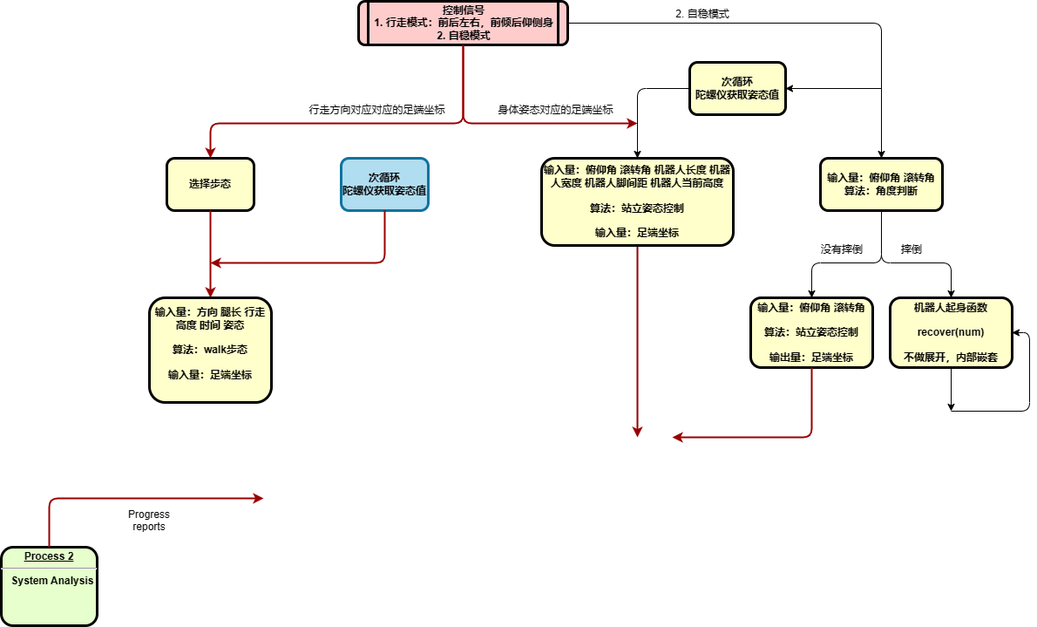
The draw.io diagram 机器人总体流程.drawio.png in KAZAMA-DREAM/picture, before a commit. Source tidied: cells renumbered, new cells last; positions are measured from the earlier drawing's top-left corner, leaving out a move shared by most shapes.
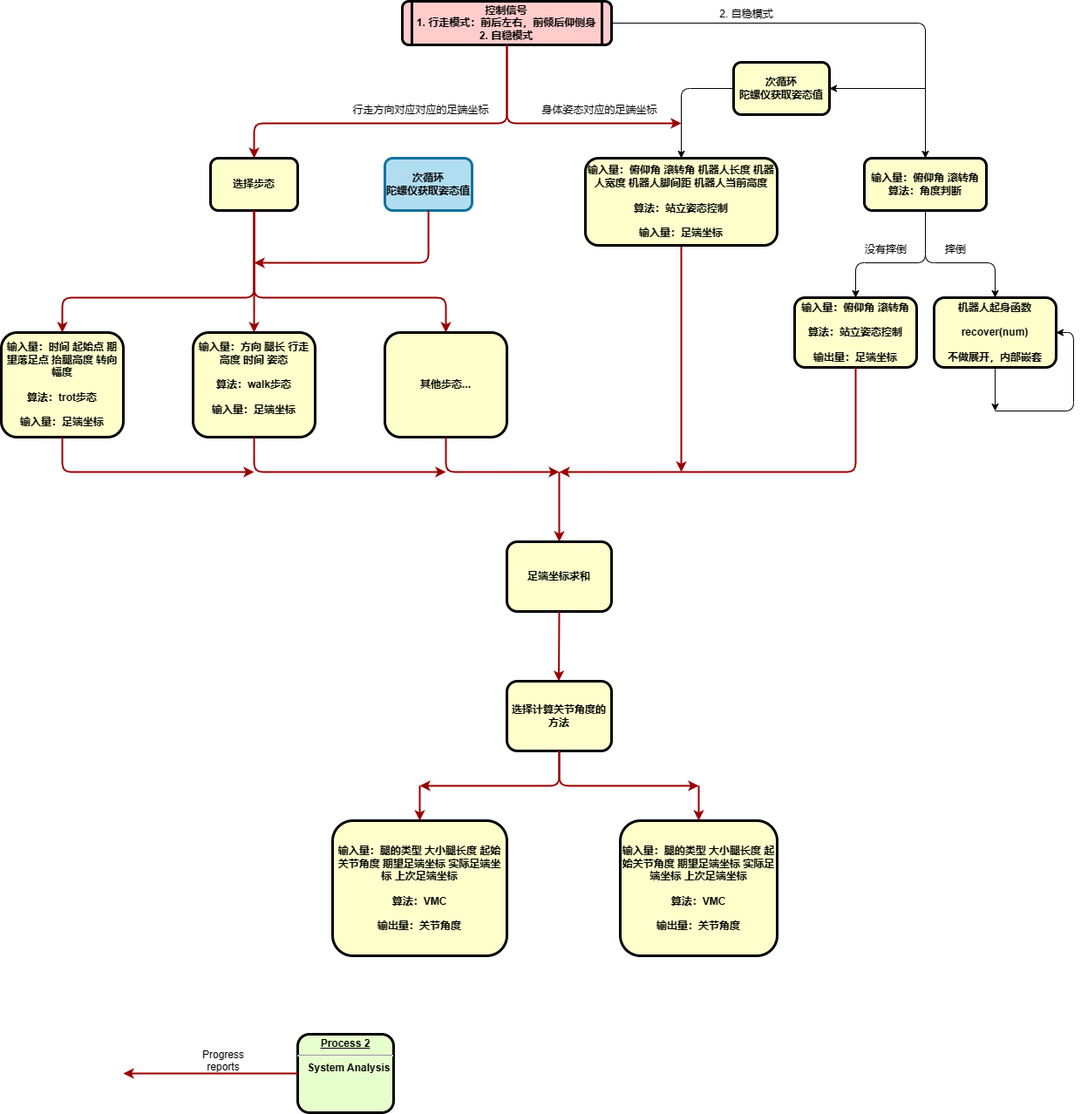
Later version of the same file.

Commit message:
更新机器人总体流程.drawio.png

Change to the diagram source:
```diff
@@ -17,16 +17,17 @@
       <mxGeometry x="410" width="240" height="50" as="geometry" />
     </mxCell>
     <mxCell id="5" value="&lt;p style=&quot;margin: 0px; margin-top: 4px; text-align: center; text-decoration: underline;&quot;&gt;&lt;strong&gt;Process 2&lt;br /&gt;&lt;/strong&gt;&lt;/p&gt;&lt;hr /&gt;&lt;p style=&quot;margin: 0px; margin-left: 8px;&quot;&gt;System Analysis&lt;/p&gt;" style="verticalAlign=middle;align=center;overflow=fill;fontSize=12;fontFamily=Helvetica;html=1;rounded=1;fontStyle=1;strokeWidth=3;fillColor=#E6FFCC;" parent="1" vertex="1">
-      <mxGeometry y="626" width="110" height="90" as="geometry" />
+      <mxGeometry x="290" y="1185" width="110" height="90" as="geometry" />
     </mxCell>
     <mxCell id="6" value="Progress&#10;reports" style="text;spacingTop=-5;align=center;rounded=1;" parent="1" vertex="1">
-      <mxGeometry x="155" y="580" width="30" height="20" as="geometry" />
+      <mxGeometry x="190" y="1200" width="30" height="20" as="geometry" />
     </mxCell>
     <mxCell id="7" style="edgeStyle=elbowEdgeStyle;elbow=horizontal;strokeColor=#990000;strokeWidth=2;rounded=1;" parent="1" edge="1" source="5">
       <mxGeometry relative="1" as="geometry">
-        <mxPoint x="301" y="570" as="targetPoint" />
+        <mxPoint x="90" y="1230" as="targetPoint" />
         <Array as="points">
-          <mxPoint x="55" y="620" />
+          <mxPoint x="205" y="1130" />
+          <mxPoint x="205" y="870" />
         </Array>
       </mxGeometry>
     </mxCell>
@@ -62,7 +63,7 @@
     </mxCell>
     <mxCell id="14" style="edgeStyle=orthogonalEdgeStyle;rounded=1;jettySize=auto;html=1;strokeWidth=2;strokeColor=#990000;" parent="1" edge="1" source="15">
       <mxGeometry relative="1" as="geometry">
-        <mxPoint x="730" y="500" as="targetPoint" />
+        <mxPoint x="730" y="540" as="targetPoint" />
       </mxGeometry>
     </mxCell>
     <mxCell id="15" value="输入量：俯仰角 滚转角 机器人长度 机器人宽度 机器人脚间距 机器人当前高度&#10;&#10;算法：站立姿态控制&#10;&#10;输入量：足端坐标" style="whiteSpace=wrap;align=center;verticalAlign=middle;fontStyle=1;strokeWidth=3;fillColor=#FFFFCC;rounded=1;" parent="1" vertex="1">
@@ -104,10 +105,10 @@
     </mxCell>
     <mxCell id="23" style="edgeStyle=orthogonalEdgeStyle;rounded=1;jettySize=auto;html=1;strokeWidth=2;strokeColor=#990000;exitX=0.5;exitY=1;exitDx=0;exitDy=0;" parent="1" edge="1" source="19">
       <mxGeometry relative="1" as="geometry">
-        <mxPoint x="770" y="500" as="targetPoint" />
+        <mxPoint x="590" y="540" as="targetPoint" />
         <Array as="points">
-          <mxPoint x="930" y="500" />
-          <mxPoint x="880" y="500" />
+          <mxPoint x="930" y="540" />
+          <mxPoint x="770" y="540" />
         </Array>
       </mxGeometry>
     </mxCell>
@@ -132,7 +133,12 @@
       <mxGeometry x="390" y="180" width="100" height="60" as="geometry" />
     </mxCell>
     <mxCell id="29" style="edgeStyle=orthogonalEdgeStyle;rounded=1;jettySize=auto;html=1;strokeColor=#990000;strokeWidth=2;exitX=0.5;exitY=1;exitDx=0;exitDy=0;entryX=0.5;entryY=0;entryDx=0;entryDy=0;" parent="1" edge="1" source="27" target="31">
-      <mxGeometry relative="1" as="geometry" />
+      <mxGeometry relative="1" as="geometry">
+        <Array as="points">
+          <mxPoint x="240" y="340" />
+          <mxPoint x="240" y="340" />
+        </Array>
+      </mxGeometry>
     </mxCell>
     <mxCell id="30" style="edgeStyle=orthogonalEdgeStyle;rounded=1;jettySize=auto;html=1;strokeColor=#990000;strokeWidth=2;exitX=0.5;exitY=1;exitDx=0;exitDy=0;" parent="1" edge="1" source="28">
       <mxGeometry relative="1" as="geometry">
@@ -143,7 +149,116 @@
       </mxGeometry>
     </mxCell>
     <mxCell id="31" value="输入量：方向 腿长 行走高度 时间 姿态&#10;&#10;算法：walk步态&#10;&#10;输入量：足端坐标&#10;" style="whiteSpace=wrap;align=center;verticalAlign=middle;fontStyle=1;strokeWidth=3;fillColor=#FFFFCC;rounded=1;" parent="1" vertex="1">
-      <mxGeometry x="170" y="340" width="140" height="120" as="geometry" />
+      <mxGeometry x="170" y="380" width="140" height="120" as="geometry" />
     </mxCell>
+    <mxCell id="32" style="edgeStyle=orthogonalEdgeStyle;rounded=1;jettySize=auto;html=1;strokeColor=#990000;strokeWidth=2;exitX=0.5;exitY=1;exitDx=0;exitDy=0;entryX=0.5;entryY=0;entryDx=0;entryDy=0;" parent="1" edge="1" source="27" target="34">
+      <mxGeometry relative="1" as="geometry">
+        <Array as="points">
+          <mxPoint x="240" y="340" />
+          <mxPoint x="460" y="340" />
+        </Array>
+      </mxGeometry>
+    </mxCell>
+    <mxCell id="33" style="edgeStyle=orthogonalEdgeStyle;rounded=1;jettySize=auto;html=1;strokeColor=#990000;strokeWidth=2;exitX=0.5;exitY=1;exitDx=0;exitDy=0;entryX=0.5;entryY=0;entryDx=0;entryDy=0;" parent="1" edge="1" source="27" target="35">
+      <mxGeometry relative="1" as="geometry">
+        <Array as="points">
+          <mxPoint x="240" y="340" />
+          <mxPoint x="20" y="340" />
+        </Array>
+      </mxGeometry>
+    </mxCell>
+    <mxCell id="34" value="其他步态..." style="whiteSpace=wrap;align=center;verticalAlign=middle;fontStyle=1;strokeWidth=3;fillColor=#FFFFCC;rounded=1;" parent="1" vertex="1">
+      <mxGeometry x="390" y="380" width="140" height="120" as="geometry" />
+    </mxCell>
+    <mxCell id="35" value="输入量：时间 起始点 期望落足点 抬腿高度 转向幅度&#10;&#10;算法：trot步态&#10;&#10;输入量：足端坐标" style="whiteSpace=wrap;align=center;verticalAlign=middle;fontStyle=1;strokeWidth=3;fillColor=#FFFFCC;rounded=1;" parent="1" vertex="1">
+      <mxGeometry x="-50" y="380" width="140" height="120" as="geometry" />
+    </mxCell>
+    <mxCell id="36" style="edgeStyle=elbowEdgeStyle;elbow=horizontal;strokeColor=#990000;strokeWidth=2;rounded=1;exitX=0.5;exitY=1;exitDx=0;exitDy=0;" parent="1" edge="1" source="34">
+      <mxGeometry relative="1" as="geometry">
+        <mxPoint x="590" y="540" as="targetPoint" />
+        <Array as="points">
+          <mxPoint x="460" y="730" />
+        </Array>
+      </mxGeometry>
+    </mxCell>
+    <mxCell id="37" style="edgeStyle=elbowEdgeStyle;elbow=horizontal;strokeColor=#990000;strokeWidth=2;rounded=1;exitX=0.5;exitY=1;exitDx=0;exitDy=0;" parent="1" edge="1" source="31">
+      <mxGeometry relative="1" as="geometry">
+        <mxPoint x="460" y="540" as="targetPoint" />
+        <Array as="points">
+          <mxPoint x="240" y="770" />
+        </Array>
+      </mxGeometry>
+    </mxCell>
+    <mxCell id="38" style="edgeStyle=elbowEdgeStyle;elbow=horizontal;strokeColor=#990000;strokeWidth=2;rounded=1;exitX=0.5;exitY=1;exitDx=0;exitDy=0;" parent="1" edge="1" source="35">
+      <mxGeometry relative="1" as="geometry">
+        <mxPoint x="240" y="540" as="targetPoint" />
+        <Array as="points">
+          <mxPoint x="20" y="750" />
+        </Array>
+      </mxGeometry>
+    </mxCell>
+    <mxCell id="39" style="edgeStyle=elbowEdgeStyle;elbow=horizontal;strokeColor=#990000;strokeWidth=2;rounded=1;entryX=0.5;entryY=0;entryDx=0;entryDy=0;" parent="1" edge="1" target="40">
+      <mxGeometry relative="1" as="geometry">
+        <mxPoint x="590" y="540" as="sourcePoint" />
+        <Array as="points">
+          <mxPoint x="590" y="600" />
+        </Array>
+      </mxGeometry>
+    </mxCell>
+    <mxCell id="40" value="足端坐标求和" style="whiteSpace=wrap;align=center;verticalAlign=middle;fontStyle=1;strokeWidth=3;fillColor=#FFFFCC;rounded=1;" parent="1" vertex="1">
+      <mxGeometry x="530" y="620" width="120" height="80" as="geometry" />
+    </mxCell>
+    <mxCell id="41" style="edgeStyle=elbowEdgeStyle;elbow=horizontal;strokeColor=#990000;strokeWidth=2;rounded=1;exitX=0.5;exitY=1;exitDx=0;exitDy=0;entryX=0.5;entryY=0;entryDx=0;entryDy=0;" parent="1" edge="1" source="40" target="42">
+      <mxGeometry relative="1" as="geometry">
+        <Array as="points">
+          <mxPoint x="589.5" y="830" />
+        </Array>
+      </mxGeometry>
+    </mxCell>
+    <mxCell id="42" value="选择计算关节角度的方法" style="whiteSpace=wrap;align=center;verticalAlign=middle;fontStyle=1;strokeWidth=3;fillColor=#FFFFCC;rounded=1;" parent="1" vertex="1">
+      <mxGeometry x="530" y="780" width="120" height="80" as="geometry" />
+    </mxCell>
+    <mxCell id="43" value="输入量：腿的类型 大小腿长度 起始关节角度 期望足端坐标 实际足端坐标 上次足端坐标&#10;&#10;算法：VMC&#10;&#10;输出量：关节角度" style="whiteSpace=wrap;align=center;verticalAlign=middle;fontStyle=1;strokeWidth=3;fillColor=#FFFFCC;rounded=1;" parent="1" vertex="1">
+      <mxGeometry x="660" y="940" width="180" height="155" as="geometry" />
+    </mxCell>
+    <mxCell id="44" style="edgeStyle=elbowEdgeStyle;elbow=horizontal;strokeColor=#990000;strokeWidth=2;rounded=1;exitX=0.5;exitY=1;exitDx=0;exitDy=0;" parent="1" edge="1" source="42">
+      <mxGeometry relative="1" as="geometry">
+        <mxPoint x="750" y="900" as="targetPoint" />
+        <Array as="points">
+          <mxPoint x="590" y="940" />
+          <mxPoint x="590" y="930" />
+        </Array>
+      </mxGeometry>
+    </mxCell>
+    <mxCell id="45" value="输入量：腿的类型 大小腿长度 起始关节角度 期望足端坐标 实际足端坐标 上次足端坐标&#10;&#10;算法：VMC&#10;&#10;输出量：关节角度" style="whiteSpace=wrap;align=center;verticalAlign=middle;fontStyle=1;strokeWidth=3;fillColor=#FFFFCC;rounded=1;" parent="1" vertex="1">
+      <mxGeometry x="330" y="940" width="200" height="155" as="geometry" />
+    </mxCell>
+    <mxCell id="46" style="edgeStyle=elbowEdgeStyle;elbow=horizontal;strokeColor=#990000;strokeWidth=2;rounded=1;exitX=0.5;exitY=1;exitDx=0;exitDy=0;" parent="1" edge="1" source="42">
+      <mxGeometry relative="1" as="geometry">
+        <mxPoint x="430" y="900" as="targetPoint" />
+        <Array as="points">
+          <mxPoint x="590" y="880" />
+          <mxPoint x="600" y="940" />
+        </Array>
+      </mxGeometry>
+    </mxCell>
+    <mxCell id="47" style="edgeStyle=elbowEdgeStyle;elbow=horizontal;strokeColor=#990000;strokeWidth=2;rounded=1;entryX=0.5;entryY=0;entryDx=0;entryDy=0;" parent="1" edge="1" target="43">
+      <mxGeometry relative="1" as="geometry">
+        <mxPoint x="750" y="900" as="sourcePoint" />
+        <Array as="points">
+          <mxPoint x="750" y="920" />
+          <mxPoint x="840" y="970" />
+        </Array>
+      </mxGeometry>
+    </mxCell>
+    <mxCell id="48" style="edgeStyle=elbowEdgeStyle;elbow=horizontal;strokeColor=#990000;strokeWidth=2;rounded=1;entryX=0.5;entryY=0;entryDx=0;entryDy=0;" parent="1" edge="1" target="45">
+      <mxGeometry relative="1" as="geometry">
+        <mxPoint x="430" y="900" as="sourcePoint" />
+        <Array as="points">
+          <mxPoint x="430" y="920" />
+          <mxPoint x="698" y="1003" />
+        </Array>
+      </mxGeometry>
+    </mxCell>
   </root>
 </mxGraphModel>
```
